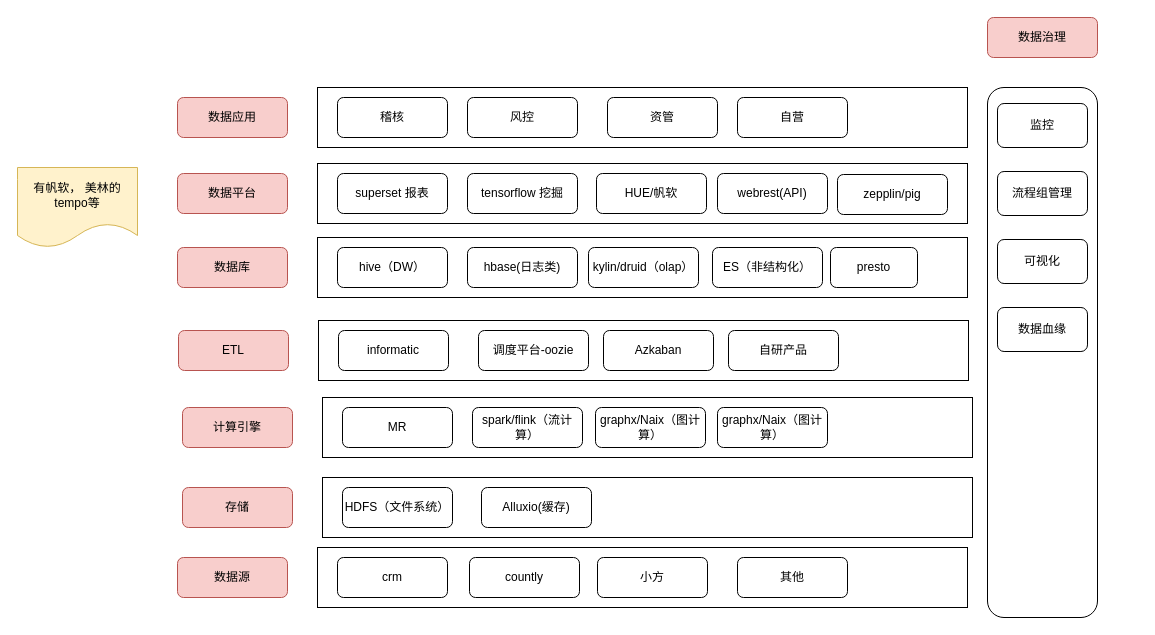
Earlier version of the draw.io diagram page "Page-3" (3 of 3) of Untitled Diagram.drawio (yjplxq/yjplxq). Source tidied: cells renumbered, new cells numbered last; positions are measured from the earlier drawing's top-left corner, leaving out a move shared by most shapes. Both pictures are drawn from the tidied source at 100%, with x=0, y=0 at pixel (17, 17).
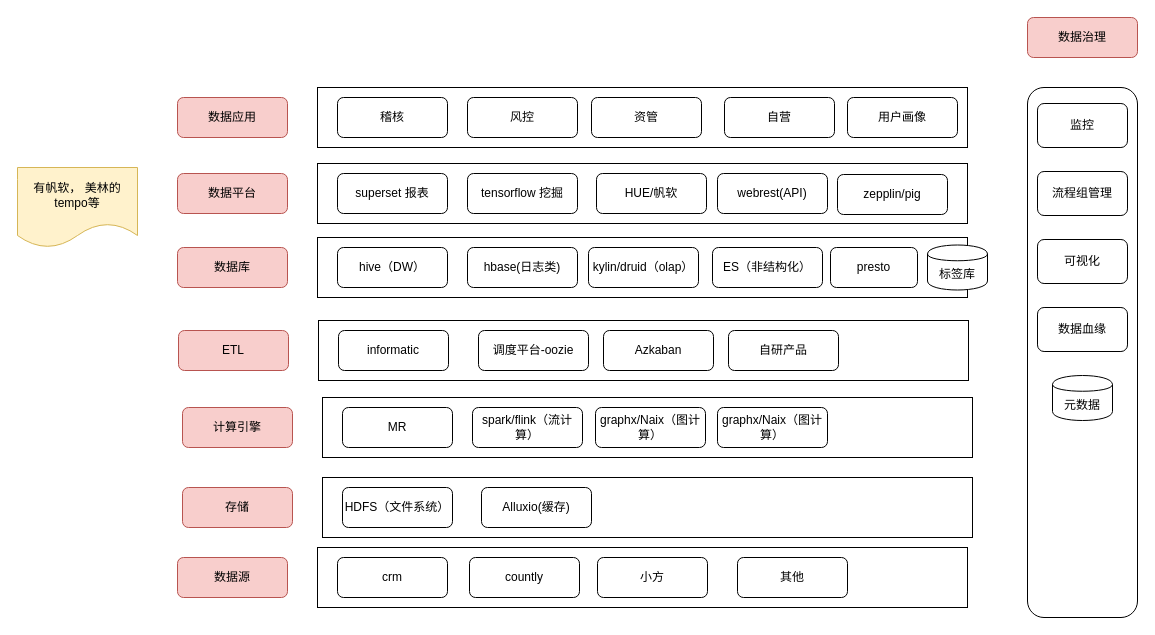
Above is the later version.

Change to the diagram source:
```diff
@@
     <mxCell id="11" value="资管" style="rounded=1;whiteSpace=wrap;html=1;align=center;" parent="1" vertex="1">
-      <mxGeometry x="590" y="80" width="110" height="40" as="geometry" />
+      <mxGeometry x="574" y="80" width="110" height="40" as="geometry" />
     </mxCell>
     <mxCell id="12" value="自营" style="rounded=1;whiteSpace=wrap;html=1;align=center;" parent="1" vertex="1">
-      <mxGeometry x="720" y="80" width="110" height="40" as="geometry" />
+      <mxGeometry x="707" y="80" width="110" height="40" as="geometry" />
     </mxCell>
@@
     <mxCell id="35" style="rounded=1;whiteSpace=wrap;html=1;align=center;" parent="1" vertex="1">
-      <mxGeometry x="970" y="70" width="110" height="530" as="geometry" />
+      <mxGeometry x="1010" y="70" width="110" height="530" as="geometry" />
     </mxCell>
     <mxCell id="36" value="数据治理" style="rounded=1;whiteSpace=wrap;html=1;align=center;fillColor=#f8cecc;strokeColor=#b85450;" parent="1" vertex="1">
-      <mxGeometry x="970" width="110" height="40" as="geometry" />
+      <mxGeometry x="1010" width="110" height="40" as="geometry" />
     </mxCell>
     <mxCell id="37" value="监控" style="rounded=1;whiteSpace=wrap;html=1;align=center;" parent="1" vertex="1">
-      <mxGeometry x="980" y="86" width="90" height="44" as="geometry" />
+      <mxGeometry x="1020" y="86" width="90" height="44" as="geometry" />
     </mxCell>
     <mxCell id="38" value="流程组管理" style="rounded=1;whiteSpace=wrap;html=1;align=center;" parent="1" vertex="1">
-      <mxGeometry x="980" y="154" width="90" height="44" as="geometry" />
+      <mxGeometry x="1020" y="154" width="90" height="44" as="geometry" />
     </mxCell>
     <mxCell id="39" value="可视化" style="rounded=1;whiteSpace=wrap;html=1;align=center;" parent="1" vertex="1">
-      <mxGeometry x="980" y="222" width="90" height="44" as="geometry" />
+      <mxGeometry x="1020" y="222" width="90" height="44" as="geometry" />
     </mxCell>
     <mxCell id="40" value="数据血缘" style="rounded=1;whiteSpace=wrap;html=1;align=center;" parent="1" vertex="1">
-      <mxGeometry x="980" y="290" width="90" height="44" as="geometry" />
+      <mxGeometry x="1020" y="290" width="90" height="44" as="geometry" />
     </mxCell>
@@
+    <mxCell id="51" value="标签库" style="shape=cylinder;whiteSpace=wrap;html=1;boundedLbl=1;backgroundOutline=1;" parent="1" vertex="1">
+      <mxGeometry x="910" y="227.5" width="60" height="45" as="geometry" />
+    </mxCell>
+    <mxCell id="52" value="元数据" style="shape=cylinder;whiteSpace=wrap;html=1;boundedLbl=1;backgroundOutline=1;" parent="1" vertex="1">
+      <mxGeometry x="1035" y="358" width="60" height="45" as="geometry" />
+    </mxCell>
+    <mxCell id="53" value="用户画像" style="rounded=1;whiteSpace=wrap;html=1;align=center;" parent="1" vertex="1">
+      <mxGeometry x="830" y="80" width="110" height="40" as="geometry" />
+    </mxCell>
```
